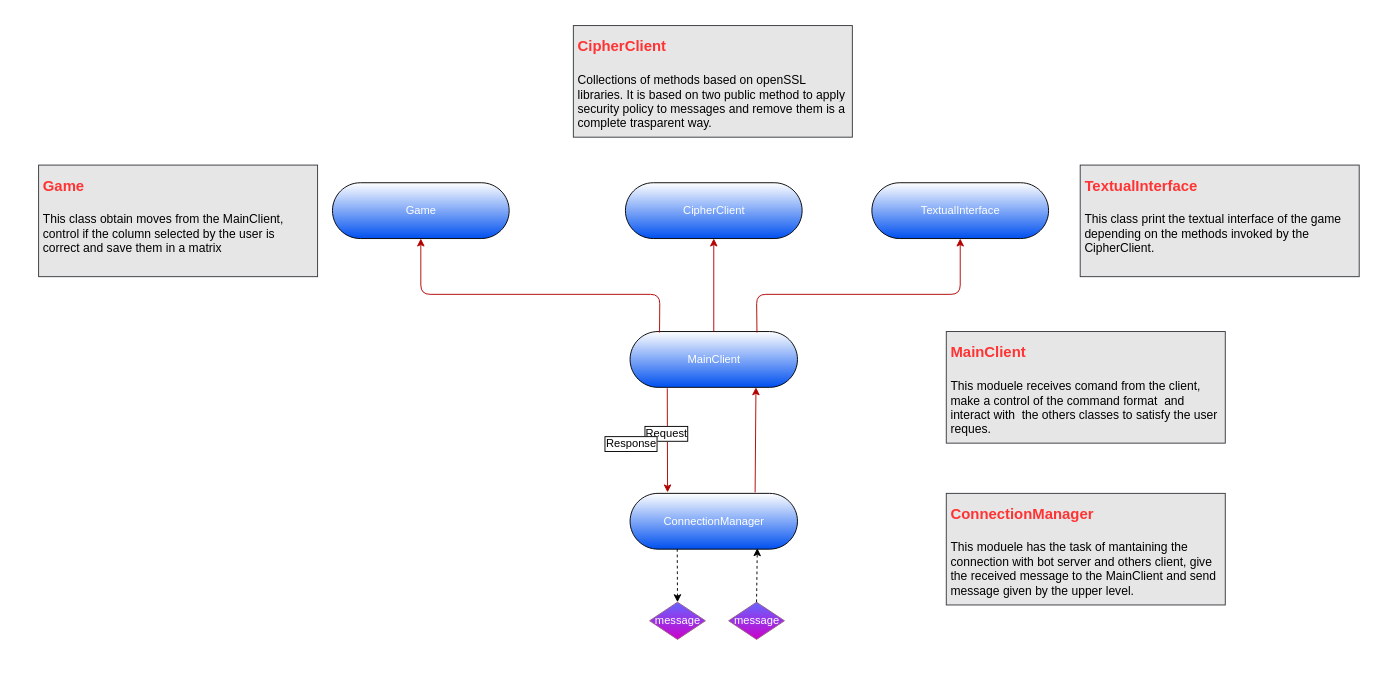
Earlier version of the draw.io diagram Consegna/ClientDiagram.drawio (BarsantiNicola/CyberSecurity). Source tidied: cells renumbered, new cells numbered last; positions are measured from the earlier drawing's top-left corner, leaving out a move shared by most shapes. Both pictures are drawn from the tidied source at 93%, with x=0, y=0 at pixel (38, 25). Pictures stored in the file or linked from it are replaced by grey dashed boxes.
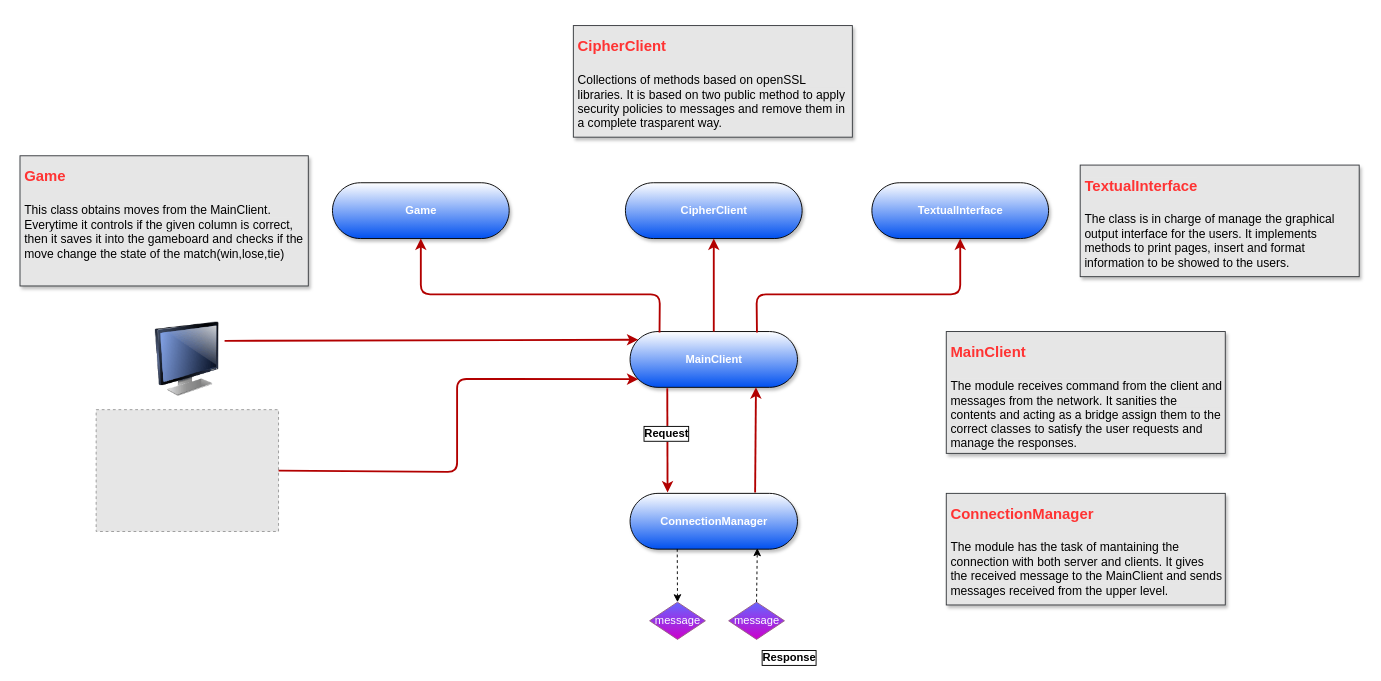
The same page after the edit.

Commit message (it also covers changes not shown here):
Modificata immagine del diagramma del client (ClientDiagram2.0) insieme a relativo file draw.io

Diff of the diagram source:
```diff
@@
-    <mxCell id="0" />
-    <mxCell id="1" parent="0" />
+    <mxCell id="23" />
+    <mxCell id="24" parent="23" />
-    <mxCell id="2" value="MainClient" style="html=1;dashed=0;whitespace=wrap;shape=mxgraph.dfd.start;fillColor=#0050ef;strokeColor=#000000;fontColor=#ffffff;gradientColor=#ffffff;gradientDirection=north;" parent="1" vertex="1">
+    <mxCell id="2" value="&lt;b&gt;MainClient&lt;/b&gt;" style="html=1;dashed=0;whitespace=wrap;shape=mxgraph.dfd.start;fillColor=#0050ef;strokeColor=#000000;fontColor=#ffffff;gradientColor=#ffffff;gradientDirection=north;shadow=1;" parent="24" vertex="1">
       <mxGeometry x="636" y="329" width="180" height="60" as="geometry" />
     </mxCell>
-    <mxCell id="3" value="ConnectionManager" style="html=1;dashed=0;whitespace=wrap;shape=mxgraph.dfd.start;fillColor=#0050ef;strokeColor=#000000;fontColor=#ffffff;gradientColor=#ffffff;gradientDirection=north;" parent="1" vertex="1">
+    <mxCell id="3" value="&lt;b&gt;ConnectionManager&lt;/b&gt;" style="html=1;dashed=0;whitespace=wrap;shape=mxgraph.dfd.start;fillColor=#0050ef;strokeColor=#000000;fontColor=#ffffff;gradientColor=#ffffff;gradientDirection=north;shadow=1;" parent="24" vertex="1">
       <mxGeometry x="636" y="503" width="180" height="60" as="geometry" />
     </mxCell>
-    <mxCell id="4" style="endArrow=classic;html=1;entryX=0.224;entryY=-0.017;entryDx=0;entryDy=0;entryPerimeter=0;strokeColor=#B20000;fillColor=#e51400;" parent="1" edge="1" target="3">
-      <mxGeometry relative="1" as="geometry">
-        <mxPoint x="676" y="390" as="sourcePoint" />
-      </mxGeometry>
-    </mxCell>
+    <mxCell id="25" style="endArrow=classic;html=1;entryX=0.224;entryY=-0.017;entryDx=0;entryDy=0;entryPerimeter=0;strokeColor=#B20000;fillColor=#e51400;strokeWidth=2;" parent="24" edge="1" target="3">
+      <mxGeometry relative="1" as="geometry">
+        <mxPoint x="676" y="390" as="sourcePoint" />
+      </mxGeometry>
+    </mxCell>
-    <mxCell id="5" value="Request" style="text;html=1;align=center;verticalAlign=middle;labelBackgroundColor=#ffffff;labelBorderColor=#000000;" parent="4" vertex="1">
+    <mxCell id="5" value="&lt;b&gt;Request&lt;/b&gt;" style="text;html=1;align=center;verticalAlign=middle;labelBackgroundColor=#ffffff;labelBorderColor=#000000;" parent="25" vertex="1">
       <mxGeometry x="-0.33" y="1" relative="1" as="geometry">
         <mxPoint x="-2.9" y="11" as="offset" />
       </mxGeometry>
     </mxCell>
-    <mxCell id="6" style="endArrow=classic;html=1;strokeColor=#B20000;entryX=0.752;entryY=1;entryDx=0;entryDy=0;entryPerimeter=0;exitX=0.747;exitY=-0.017;exitDx=0;exitDy=0;exitPerimeter=0;fillColor=#e51400;" parent="1" edge="1" source="3" target="2">
+    <mxCell id="6" style="endArrow=classic;html=1;strokeColor=#B20000;entryX=0.752;entryY=1;entryDx=0;entryDy=0;entryPerimeter=0;exitX=0.747;exitY=-0.017;exitDx=0;exitDy=0;exitPerimeter=0;fillColor=#e51400;strokeWidth=2;" parent="24" edge="1" source="3" target="2">
       <mxGeometry relative="1" as="geometry" />
     </mxCell>
-    <mxCell id="7" value="Response" style="text;html=1;align=center;verticalAlign=middle;labelBackgroundColor=#ffffff;labelBorderColor=#000000;" parent="1" vertex="1">
+    <mxCell id="7" value="&lt;b&gt;Response&lt;/b&gt;" style="text;html=1;align=center;verticalAlign=middle;labelBackgroundColor=#ffffff;labelBorderColor=#000000;" parent="24" vertex="1">
       <mxGeometry x="-0.33" y="1" relative="1" as="geometry">
-        <mxPoint x="636" y="449" as="offset" />
+        <mxPoint x="806" y="679" as="offset" />
       </mxGeometry>
     </mxCell>
-    <mxCell id="8" value="message" style="shape=rhombus;html=1;dashed=0;whitespace=wrap;perimeter=rhombusPerimeter;strokeColor=#996185;gradientColor=#6666FF;fillColor=#CC00CC;gradientDirection=north;fontColor=#FFFFFF;" parent="1" vertex="1">
-      <mxGeometry x="657" y="620" width="60" height="40" as="geometry" />
-    </mxCell>
-    <mxCell id="9" value="message" style="shape=rhombus;html=1;dashed=0;whitespace=wrap;perimeter=rhombusPerimeter;strokeColor=#996185;gradientColor=#6666FF;fillColor=#CC00CC;gradientDirection=north;fontColor=#FFFFFF;" parent="1" vertex="1">
-      <mxGeometry x="742" y="620" width="60" height="40" as="geometry" />
-    </mxCell>
-    <mxCell id="10" style="endArrow=classic;html=1;strokeColor=#000000;fontColor=#FFFFFF;dashed=1;exitX=0.5;exitY=0;exitDx=0;exitDy=0;entryX=0.76;entryY=0.983;entryDx=0;entryDy=0;entryPerimeter=0;" parent="1" edge="1" source="9" target="3">
-      <mxGeometry relative="1" as="geometry" />
-    </mxCell>
-    <mxCell id="11" style="endArrow=classic;html=1;strokeColor=#000000;fontColor=#FFFFFF;dashed=1;entryX=0.5;entryY=0;entryDx=0;entryDy=0;exitX=0.272;exitY=0.997;exitDx=0;exitDy=0;exitPerimeter=0;" parent="1" edge="1" target="8">
-      <mxGeometry relative="1" as="geometry">
-        <mxPoint x="686.7" y="562.8" as="sourcePoint" />
-      </mxGeometry>
-    </mxCell>
+    <mxCell id="26" value="message" style="shape=rhombus;html=1;dashed=0;whitespace=wrap;perimeter=rhombusPerimeter;strokeColor=#996185;gradientColor=#6666FF;fillColor=#CC00CC;gradientDirection=north;fontColor=#FFFFFF;" parent="24" vertex="1">
+      <mxGeometry x="657" y="620" width="60" height="40" as="geometry" />
+    </mxCell>
+    <mxCell id="27" value="message" style="shape=rhombus;html=1;dashed=0;whitespace=wrap;perimeter=rhombusPerimeter;strokeColor=#996185;gradientColor=#6666FF;fillColor=#CC00CC;gradientDirection=north;fontColor=#FFFFFF;" parent="24" vertex="1">
+      <mxGeometry x="742" y="620" width="60" height="40" as="geometry" />
+    </mxCell>
+    <mxCell id="28" style="endArrow=classic;html=1;strokeColor=#000000;fontColor=#FFFFFF;dashed=1;exitX=0.5;exitY=0;exitDx=0;exitDy=0;entryX=0.76;entryY=0.983;entryDx=0;entryDy=0;entryPerimeter=0;" parent="24" edge="1" source="27" target="3">
+      <mxGeometry relative="1" as="geometry" />
+    </mxCell>
+    <mxCell id="29" style="endArrow=classic;html=1;strokeColor=#000000;fontColor=#FFFFFF;dashed=1;entryX=0.5;entryY=0;entryDx=0;entryDy=0;exitX=0.272;exitY=0.997;exitDx=0;exitDy=0;exitPerimeter=0;" parent="24" edge="1" target="26">
+      <mxGeometry relative="1" as="geometry">
+        <mxPoint x="686.7" y="562.8" as="sourcePoint" />
+      </mxGeometry>
+    </mxCell>
-    <mxCell id="12" value="Game" style="html=1;dashed=0;whitespace=wrap;shape=mxgraph.dfd.start;fillColor=#0050ef;strokeColor=#000000;fontColor=#ffffff;gradientColor=#ffffff;gradientDirection=north;" parent="1" vertex="1">
+    <mxCell id="12" value="&lt;b&gt;Game&lt;/b&gt;" style="html=1;dashed=0;whitespace=wrap;shape=mxgraph.dfd.start;fillColor=#0050ef;strokeColor=#000000;fontColor=#ffffff;gradientColor=#ffffff;gradientDirection=north;shadow=1;" parent="24" vertex="1">
       <mxGeometry x="316" y="169" width="190" height="60" as="geometry" />
     </mxCell>
-    <mxCell id="13" value="TextualInterface" style="html=1;dashed=0;whitespace=wrap;shape=mxgraph.dfd.start;fillColor=#0050ef;strokeColor=#000000;fontColor=#ffffff;gradientColor=#ffffff;gradientDirection=north;" parent="1" vertex="1">
+    <mxCell id="13" value="&lt;b&gt;TextualInterface&lt;/b&gt;" style="html=1;dashed=0;whitespace=wrap;shape=mxgraph.dfd.start;fillColor=#0050ef;strokeColor=#000000;fontColor=#ffffff;gradientColor=#ffffff;gradientDirection=north;shadow=1;" parent="24" vertex="1">
       <mxGeometry x="896" y="169" width="190" height="60" as="geometry" />
     </mxCell>
-    <mxCell id="14" value="CipherClient" style="html=1;dashed=0;whitespace=wrap;shape=mxgraph.dfd.start;fillColor=#0050ef;strokeColor=#000000;fontColor=#ffffff;gradientColor=#ffffff;gradientDirection=north;" parent="1" vertex="1">
+    <mxCell id="14" value="&lt;b&gt;CipherClient&lt;/b&gt;" style="html=1;dashed=0;whitespace=wrap;shape=mxgraph.dfd.start;fillColor=#0050ef;strokeColor=#000000;fontColor=#ffffff;gradientColor=#ffffff;gradientDirection=north;shadow=1;" parent="24" vertex="1">
       <mxGeometry x="631" y="169" width="190" height="60" as="geometry" />
     </mxCell>
-    <mxCell id="15" style="endArrow=classic;html=1;strokeColor=#B20000;fontColor=#FFFFFF;exitX=0.5;exitY=0.5;exitDx=0;exitDy=-30;exitPerimeter=0;entryX=0.5;entryY=0.5;entryDx=0;entryDy=30;entryPerimeter=0;fillColor=#e51400;" parent="1" edge="1" source="2" target="14">
+    <mxCell id="15" style="endArrow=classic;html=1;strokeColor=#B20000;fontColor=#FFFFFF;exitX=0.5;exitY=0.5;exitDx=0;exitDy=-30;exitPerimeter=0;entryX=0.5;entryY=0.5;entryDx=0;entryDy=30;entryPerimeter=0;fillColor=#e51400;strokeWidth=2;" parent="24" edge="1" source="2" target="14">
       <mxGeometry relative="1" as="geometry" />
     </mxCell>
-    <mxCell id="16" style="endArrow=classic;html=1;strokeColor=#B20000;fontColor=#FFFFFF;entryX=0.5;entryY=0.5;entryDx=0;entryDy=30;entryPerimeter=0;exitX=0.176;exitY=0.017;exitDx=0;exitDy=0;exitPerimeter=0;fillColor=#e51400;" parent="1" edge="1" source="2" target="12">
+    <mxCell id="16" style="endArrow=classic;html=1;strokeColor=#B20000;fontColor=#FFFFFF;entryX=0.5;entryY=0.5;entryDx=0;entryDy=30;entryPerimeter=0;exitX=0.176;exitY=0.017;exitDx=0;exitDy=0;exitPerimeter=0;fillColor=#e51400;strokeWidth=2;" parent="24" edge="1" source="2" target="12">
       <mxGeometry relative="1" as="geometry">
         <Array as="points">
           <mxPoint x="668" y="289" />
           <mxPoint x="411" y="289" />
         </Array>
       </mxGeometry>
     </mxCell>
-    <mxCell id="17" style="endArrow=classic;html=1;strokeColor=#B20000;fontColor=#FFFFFF;entryX=0.5;entryY=0.5;entryDx=0;entryDy=30;entryPerimeter=0;exitX=0.758;exitY=0.017;exitDx=0;exitDy=0;exitPerimeter=0;fillColor=#e51400;" parent="1" edge="1" source="2" target="13">
+    <mxCell id="17" style="endArrow=classic;html=1;strokeColor=#B20000;fontColor=#FFFFFF;entryX=0.5;entryY=0.5;entryDx=0;entryDy=30;entryPerimeter=0;exitX=0.758;exitY=0.017;exitDx=0;exitDy=0;exitPerimeter=0;fillColor=#e51400;strokeWidth=2;" parent="24" edge="1" source="2" target="13">
       <mxGeometry relative="1" as="geometry">
         <Array as="points">
           <mxPoint x="772" y="289" />
           <mxPoint x="991" y="289" />
         </Array>
       </mxGeometry>
     </mxCell>
-    <mxCell id="18" value="&lt;h1&gt;&lt;font style=&quot;font-size: 16px ; background-color: rgb(230 , 230 , 230)&quot; color=&quot;#ff3333&quot;&gt;MainClient&lt;/font&gt;&lt;/h1&gt;&lt;p style=&quot;font-size: 13px&quot;&gt;&lt;font color=&quot;#000000&quot; style=&quot;background-color: rgb(230 , 230 , 230)&quot;&gt;This moduele receives comand from the client, make a control of the command format&amp;nbsp; and&amp;nbsp; interact with&amp;nbsp; the others classes to satisfy the user reques.&amp;nbsp;&lt;/font&gt;&lt;/p&gt;" style="text;html=1;strokeColor=#36393d;fillColor=#E6E6E6;spacing=5;spacingTop=-20;whiteSpace=wrap;overflow=hidden;rounded=0;dashed=0;" parent="1" vertex="1">
-      <mxGeometry x="976" y="329" width="300" height="120" as="geometry" />
-    </mxCell>
-    <mxCell id="19" value="&lt;h1&gt;&lt;font style=&quot;font-size: 16px ; background-color: rgb(230 , 230 , 230)&quot; color=&quot;#ff3333&quot;&gt;ConnectionManager&lt;/font&gt;&lt;/h1&gt;&lt;p style=&quot;font-size: 13px&quot;&gt;&lt;font color=&quot;#000000&quot; style=&quot;background-color: rgb(230 , 230 , 230)&quot;&gt;This moduele has the task of mantaining the connection with bot server and others client, give the received message to the MainClient and send message given by the upper level.&lt;/font&gt;&lt;/p&gt;" style="text;html=1;strokeColor=#36393d;fillColor=#E6E6E6;spacing=5;spacingTop=-20;whiteSpace=wrap;overflow=hidden;rounded=0;dashed=0;" parent="1" vertex="1">
-      <mxGeometry x="976" y="503" width="300" height="120" as="geometry" />
-    </mxCell>
-    <mxCell id="20" value="&lt;h1&gt;&lt;font color=&quot;#ff3333&quot;&gt;&lt;span style=&quot;font-size: 16px ; background-color: rgb(230 , 230 , 230)&quot;&gt;CipherClient&lt;/span&gt;&lt;/font&gt;&lt;/h1&gt;&lt;p style=&quot;font-size: 13px&quot;&gt;&lt;span style=&quot;background-color: rgb(230 , 230 , 230)&quot;&gt;Collections of methods based on openSSL libraries. It is based on two public method to apply security policy to messages and remove them is a complete trasparent way.&lt;/span&gt;&lt;/p&gt;" style="text;html=1;strokeColor=#36393d;fillColor=#E6E6E6;spacing=5;spacingTop=-20;whiteSpace=wrap;overflow=hidden;rounded=0;dashed=0;" parent="1" vertex="1">
-      <mxGeometry x="575" width="300" height="120" as="geometry" />
-    </mxCell>
-    <mxCell id="21" value="&lt;h1&gt;&lt;font color=&quot;#ff3333&quot;&gt;&lt;span style=&quot;font-size: 16px ; background-color: rgb(230 , 230 , 230)&quot;&gt;Game&lt;/span&gt;&lt;/font&gt;&lt;/h1&gt;&lt;p style=&quot;font-size: 13px&quot;&gt;&lt;span style=&quot;background-color: rgb(230 , 230 , 230)&quot;&gt;This class obtain moves from the MainClient, control if the column selected by the user is correct and save them in a matrix&amp;nbsp;&lt;/span&gt;&lt;/p&gt;" style="text;html=1;strokeColor=#36393d;fillColor=#E6E6E6;spacing=5;spacingTop=-20;whiteSpace=wrap;overflow=hidden;rounded=0;dashed=0;" parent="1" vertex="1">
-      <mxGeometry y="150" width="300" height="120" as="geometry" />
-    </mxCell>
-    <mxCell id="22" value="&lt;h1&gt;&lt;font color=&quot;#ff3333&quot;&gt;&lt;span style=&quot;font-size: 16px ; background-color: rgb(230 , 230 , 230)&quot;&gt;TextualInterface&lt;/span&gt;&lt;/font&gt;&lt;/h1&gt;&lt;p style=&quot;font-size: 13px&quot;&gt;&lt;span style=&quot;background-color: rgb(230 , 230 , 230)&quot;&gt;This class print the textual interface of the game depending on the methods invoked by the CipherClient.&lt;/span&gt;&lt;/p&gt;" style="text;html=1;strokeColor=#36393d;fillColor=#E6E6E6;spacing=5;spacingTop=-20;whiteSpace=wrap;overflow=hidden;rounded=0;dashed=0;" parent="1" vertex="1">
-      <mxGeometry x="1120" y="150" width="300" height="120" as="geometry" />
-    </mxCell>
+    <mxCell id="30" value="&lt;h1&gt;&lt;font style=&quot;font-size: 16px ; background-color: rgb(230 , 230 , 230)&quot; color=&quot;#ff3333&quot;&gt;MainClient&lt;/font&gt;&lt;/h1&gt;&lt;p style=&quot;font-size: 13px&quot;&gt;&lt;font style=&quot;background-color: rgb(230 , 230 , 230)&quot; color=&quot;#000000&quot;&gt;The module receives command from the client and messages from the network. It sanities the contents and acting as a bridge assign them to the correct classes to satisfy the user requests and manage the responses.&amp;nbsp;&lt;/font&gt;&lt;/p&gt;" style="text;html=1;strokeColor=#36393d;fillColor=#E6E6E6;spacing=5;spacingTop=-20;whiteSpace=wrap;overflow=hidden;rounded=0;dashed=0;shadow=1;" parent="24" vertex="1">
+      <mxGeometry x="976" y="329" width="300" height="131" as="geometry" />
+    </mxCell>
+    <mxCell id="31" value="&lt;h1&gt;&lt;font style=&quot;font-size: 16px ; background-color: rgb(230 , 230 , 230)&quot; color=&quot;#ff3333&quot;&gt;ConnectionManager&lt;/font&gt;&lt;/h1&gt;&lt;p style=&quot;font-size: 13px&quot;&gt;&lt;font style=&quot;background-color: rgb(230 , 230 , 230)&quot; color=&quot;#000000&quot;&gt;The module has the task of mantaining the connection with both server and clients. It gives the received message to the MainClient and sends messages received from the upper level.&lt;/font&gt;&lt;/p&gt;" style="text;html=1;strokeColor=#36393d;fillColor=#E6E6E6;spacing=5;spacingTop=-20;whiteSpace=wrap;overflow=hidden;rounded=0;dashed=0;shadow=1;" parent="24" vertex="1">
+      <mxGeometry x="976" y="503" width="300" height="120" as="geometry" />
+    </mxCell>
+    <mxCell id="32" value="&lt;h1&gt;&lt;font color=&quot;#ff3333&quot;&gt;&lt;span style=&quot;font-size: 16px ; background-color: rgb(230 , 230 , 230)&quot;&gt;CipherClient&lt;/span&gt;&lt;/font&gt;&lt;/h1&gt;&lt;p style=&quot;font-size: 13px&quot;&gt;&lt;span style=&quot;background-color: rgb(230 , 230 , 230)&quot;&gt;Collections of methods based on openSSL libraries. It is based on two public method to apply security policies to messages and remove them in a complete trasparent way.&lt;/span&gt;&lt;/p&gt;" style="text;html=1;strokeColor=#36393d;fillColor=#E6E6E6;spacing=5;spacingTop=-20;whiteSpace=wrap;overflow=hidden;rounded=0;dashed=0;shadow=1;" parent="24" vertex="1">
+      <mxGeometry x="575" width="300" height="120" as="geometry" />
+    </mxCell>
+    <mxCell id="33" value="&lt;h1&gt;&lt;font color=&quot;#ff3333&quot;&gt;&lt;span style=&quot;font-size: 16px ; background-color: rgb(230 , 230 , 230)&quot;&gt;Game&lt;/span&gt;&lt;/font&gt;&lt;/h1&gt;&lt;p style=&quot;font-size: 13px&quot;&gt;&lt;span style=&quot;background-color: rgb(230 , 230 , 230)&quot;&gt;This class obtains moves from the MainClient. Everytime it controls if the given column is correct, then it saves it into the gameboard and checks if the move change the state of the match(win,lose,tie) &lt;br&gt;&lt;/span&gt;&lt;/p&gt;" style="text;html=1;strokeColor=#36393d;fillColor=#E6E6E6;spacing=5;spacingTop=-20;whiteSpace=wrap;overflow=hidden;rounded=0;dashed=0;shadow=1;" parent="24" vertex="1">
+      <mxGeometry x="-20" y="140" width="310" height="140" as="geometry" />
+    </mxCell>
+    <mxCell id="34" value="&lt;h1&gt;&lt;font color=&quot;#ff3333&quot;&gt;&lt;span style=&quot;font-size: 16px ; background-color: rgb(230 , 230 , 230)&quot;&gt;TextualInterface&lt;/span&gt;&lt;/font&gt;&lt;/h1&gt;&lt;p style=&quot;font-size: 13px&quot;&gt;&lt;span style=&quot;background-color: rgb(230 , 230 , 230)&quot;&gt;The class is in charge of manage the graphical output interface for the users. It implements methods to print pages, insert and format information to be showed to the users.&lt;/span&gt;&lt;/p&gt;" style="text;html=1;strokeColor=#36393d;fillColor=#E6E6E6;spacing=5;spacingTop=-20;whiteSpace=wrap;overflow=hidden;rounded=0;dashed=0;shadow=1;" parent="24" vertex="1">
+      <mxGeometry x="1120" y="150" width="300" height="120" as="geometry" />
+    </mxCell>
+    <mxCell id="35" style="image;html=1;labelBackgroundColor=#ffffff;image=img/lib/clip_art/computers/Monitor_128x128.png;" parent="24" vertex="1">
+      <mxGeometry x="120" y="319" width="80" height="80" as="geometry" />
+    </mxCell>
+    <mxCell id="36" style="fillColor=#E6E6E6;strokeColor=#999999;dashed=1;verticalLabelPosition=bottom;labelBackgroundColor=#ffffff;verticalAlign=top;" parent="24" vertex="1">
+      <mxGeometry x="61.9" y="413" width="196.1" height="131" as="geometry" />
+    </mxCell>
+    <mxCell id="37" style="endArrow=classic;html=1;entryX=0;entryY=0;entryDx=8.79;entryDy=51.209999999999994;entryPerimeter=0;exitX=1;exitY=0.5;exitDx=0;exitDy=0;fillColor=#e51400;strokeColor=#B20000;strokeWidth=2;" parent="24" edge="1" source="36" target="2">
+      <mxGeometry relative="1" as="geometry">
+        <Array as="points">
+          <mxPoint x="450" y="480" />
+          <mxPoint x="450" y="380" />
+        </Array>
+      </mxGeometry>
+    </mxCell>
+    <mxCell id="38" style="endArrow=classic;html=1;strokeWidth=2;entryX=0;entryY=0;entryDx=8.79;entryDy=8.790000000000003;entryPerimeter=0;exitX=1;exitY=0.25;exitDx=0;exitDy=0;fillColor=#e51400;strokeColor=#B20000;" parent="24" edge="1" source="35" target="2">
+      <mxGeometry relative="1" as="geometry" />
+    </mxCell>
```
